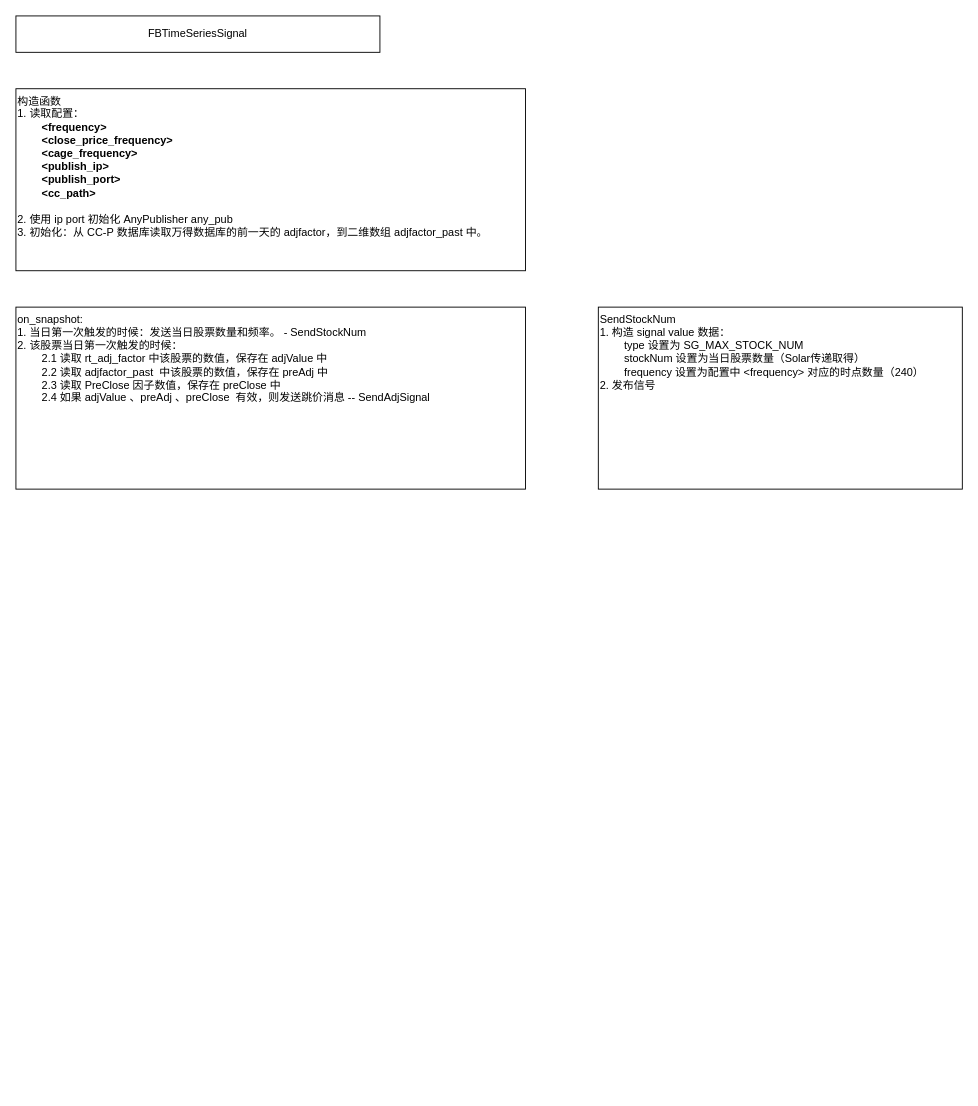
Above: 股票时序.drawio in zhaxd123/drawio (draw.io), before the change. Source tidied: cells renumbered, new cells numbered last; positions are measured from the earlier drawing's top-left corner, leaving out a move shared by most shapes. Both pictures are drawn from the tidied source at 91%, with x=0, y=0 at pixel (15, 15).
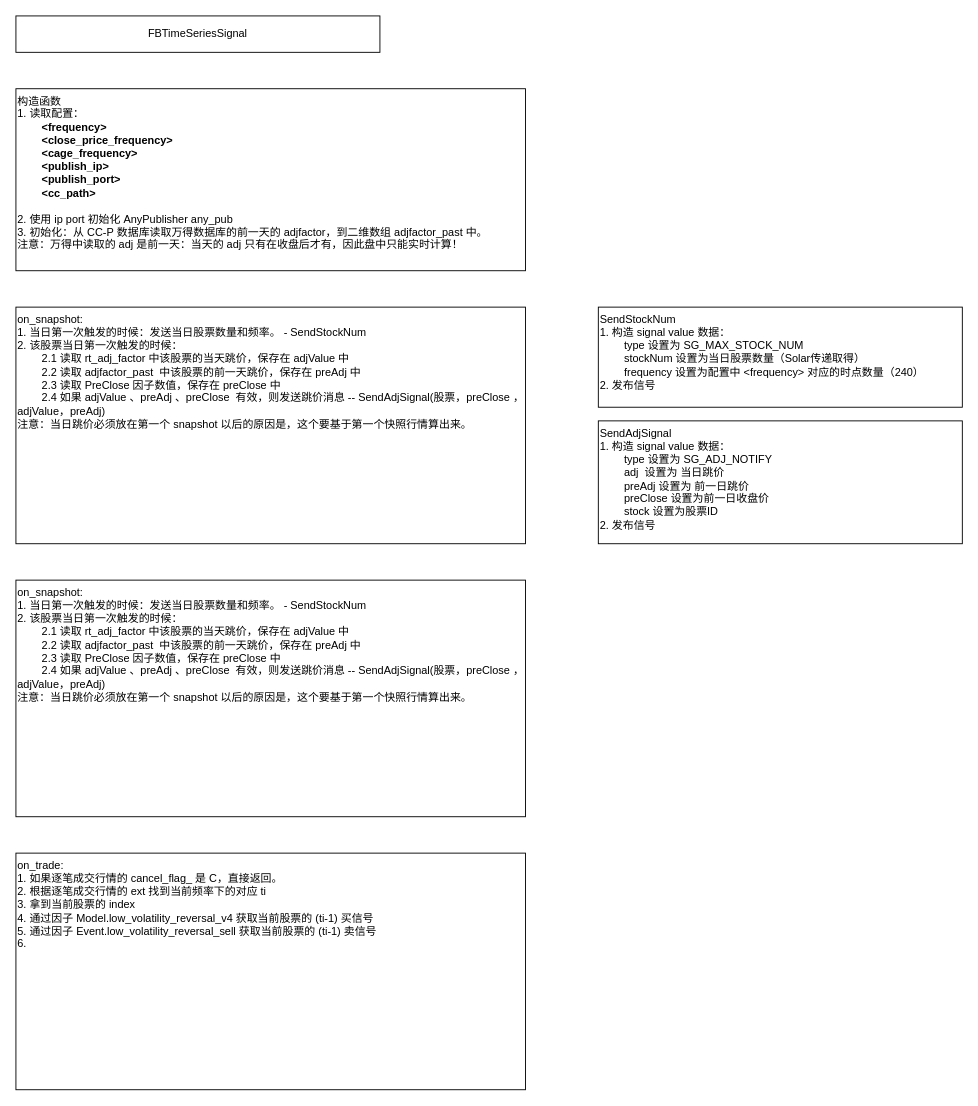
The same diagram, later.

Commit message (it also covers changes not shown here):
更新股票时序.drawio

Diff of the diagram source:
```diff
@@
 <mxGraphModel>
   <root>
     <mxCell id="0" />
     <mxCell id="1" parent="0" />
     <mxCell id="2" value="FBTimeSeriesSignal" style="rounded=0;whiteSpace=wrap;html=1;" parent="1" vertex="1">
       <mxGeometry width="400" height="40" as="geometry" />
     </mxCell>
-    <mxCell id="3" value="构造函数&lt;div&gt;1.&amp;nbsp;读取配置：&lt;/div&gt;&lt;div&gt;&lt;b&gt;&lt;span style=&quot;white-space: pre;&quot;&gt;&#9;&lt;/span&gt;&amp;lt;frequency&amp;gt;&amp;nbsp;&lt;/b&gt;&lt;/div&gt;&lt;div&gt;&lt;b&gt;&lt;span style=&quot;white-space: pre;&quot;&gt;&#9;&lt;/span&gt;&amp;lt;close_price_frequency&amp;gt;&amp;nbsp;&lt;/b&gt;&lt;/div&gt;&lt;div&gt;&lt;b&gt;&lt;span style=&quot;white-space: pre;&quot;&gt;&#9;&lt;/span&gt;&amp;lt;cage_frequency&amp;gt;&lt;br&gt;&lt;/b&gt;&lt;/div&gt;&lt;div&gt;&lt;b&gt;&lt;span style=&quot;white-space: pre;&quot;&gt;&#9;&lt;/span&gt;&amp;lt;publish_ip&amp;gt;&lt;br&gt;&lt;/b&gt;&lt;/div&gt;&lt;div&gt;&lt;b&gt;&lt;span style=&quot;white-space: pre;&quot;&gt;&#9;&lt;/span&gt;&amp;lt;publish_port&amp;gt;&lt;/b&gt;&lt;/div&gt;&lt;div&gt;&lt;b&gt;&lt;span style=&quot;white-space: pre;&quot;&gt;&#9;&lt;/span&gt;&amp;lt;cc_path&amp;gt;&lt;/b&gt;&lt;br&gt;&lt;/div&gt;&lt;div&gt;&lt;br&gt;&lt;/div&gt;&lt;div&gt;2.&amp;nbsp;使用&amp;nbsp;ip&amp;nbsp;port&amp;nbsp;初始化 AnyPublisher any_pub&lt;/div&gt;&lt;div&gt;3.&amp;nbsp;初始化：从 CC-P&amp;nbsp;数据库读取万得数据库的前一天的 adjfactor，到二维数组 adjfactor_past&amp;nbsp;中。&lt;/div&gt;&lt;div&gt;&lt;br&gt;&lt;/div&gt;&lt;div&gt;&lt;br&gt;&lt;/div&gt;" style="rounded=0;whiteSpace=wrap;html=1;align=left;verticalAlign=top;" parent="1" vertex="1">
+    <mxCell id="3" value="构造函数&lt;div&gt;1.&amp;nbsp;读取配置：&lt;/div&gt;&lt;div&gt;&lt;b&gt;&lt;span style=&quot;white-space: pre;&quot;&gt;&#9;&lt;/span&gt;&amp;lt;frequency&amp;gt;&amp;nbsp;&lt;/b&gt;&lt;/div&gt;&lt;div&gt;&lt;b&gt;&lt;span style=&quot;white-space: pre;&quot;&gt;&#9;&lt;/span&gt;&amp;lt;close_price_frequency&amp;gt;&amp;nbsp;&lt;/b&gt;&lt;/div&gt;&lt;div&gt;&lt;b&gt;&lt;span style=&quot;white-space: pre;&quot;&gt;&#9;&lt;/span&gt;&amp;lt;cage_frequency&amp;gt;&lt;br&gt;&lt;/b&gt;&lt;/div&gt;&lt;div&gt;&lt;b&gt;&lt;span style=&quot;white-space: pre;&quot;&gt;&#9;&lt;/span&gt;&amp;lt;publish_ip&amp;gt;&lt;br&gt;&lt;/b&gt;&lt;/div&gt;&lt;div&gt;&lt;b&gt;&lt;span style=&quot;white-space: pre;&quot;&gt;&#9;&lt;/span&gt;&amp;lt;publish_port&amp;gt;&lt;/b&gt;&lt;/div&gt;&lt;div&gt;&lt;b&gt;&lt;span style=&quot;white-space: pre;&quot;&gt;&#9;&lt;/span&gt;&amp;lt;cc_path&amp;gt;&lt;/b&gt;&lt;br&gt;&lt;/div&gt;&lt;div&gt;&lt;br&gt;&lt;/div&gt;&lt;div&gt;2.&amp;nbsp;使用&amp;nbsp;ip&amp;nbsp;port&amp;nbsp;初始化 AnyPublisher any_pub&lt;/div&gt;&lt;div&gt;3.&amp;nbsp;初始化：从 CC-P&amp;nbsp;数据库读取万得数据库的前一天的 adjfactor，到二维数组 adjfactor_past&amp;nbsp;中。&lt;/div&gt;&lt;div&gt;注意：万得中读取的 adj&amp;nbsp;&lt;span style=&quot;background-color: transparent; color: light-dark(rgb(0, 0, 0), rgb(255, 255, 255));&quot;&gt;是前一天：当天的 adj 只有在收盘后才有，因此盘中只能实时计算！&lt;/span&gt;&lt;/div&gt;&lt;div&gt;&lt;br&gt;&lt;/div&gt;&lt;div&gt;&lt;br&gt;&lt;/div&gt;" style="rounded=0;whiteSpace=wrap;html=1;align=left;verticalAlign=top;" parent="1" vertex="1">
       <mxGeometry y="80" width="560" height="200" as="geometry" />
     </mxCell>
-    <mxCell id="4" value="&lt;div&gt;on_snapshot:&lt;/div&gt;&lt;div&gt;1.&amp;nbsp;当日第一次触发的时候：发送当日股票数量和频率。 - SendStockNum&lt;/div&gt;&lt;div&gt;2.&amp;nbsp;&lt;span style=&quot;background-color: transparent; color: light-dark(rgb(0, 0, 0), rgb(255, 255, 255));&quot;&gt;该股票当日第一次触发的时候：&lt;/span&gt;&lt;/div&gt;&lt;div&gt;&lt;span style=&quot;white-space: pre;&quot;&gt;&#9;&lt;/span&gt;2.1&amp;nbsp;读取&amp;nbsp;rt_adj_factor&amp;nbsp;中该股票的数值，保存在&amp;nbsp;adjValue&amp;nbsp;中&lt;br&gt;&lt;/div&gt;&lt;div&gt;&lt;span style=&quot;white-space: pre;&quot;&gt;&#9;&lt;/span&gt;2.2&amp;nbsp;读取&amp;nbsp;&lt;span style=&quot;background-color: transparent; color: light-dark(rgb(0, 0, 0), rgb(255, 255, 255));&quot;&gt;adjfactor_past&amp;nbsp; 中该股票的数值，保存在&amp;nbsp;preAdj&amp;nbsp;中&lt;/span&gt;&lt;br&gt;&lt;/div&gt;&lt;div&gt;&lt;span style=&quot;background-color: transparent; color: light-dark(rgb(0, 0, 0), rgb(255, 255, 255));&quot;&gt;&lt;span style=&quot;white-space: pre;&quot;&gt;&#9;&lt;/span&gt;2.3&amp;nbsp;读取 PreClose&amp;nbsp;因子数值，保存在&amp;nbsp;preClose&amp;nbsp;中&lt;br&gt;&lt;/span&gt;&lt;/div&gt;&lt;div&gt;&lt;span style=&quot;white-space: pre;&quot;&gt;&#9;&lt;/span&gt;2.4&amp;nbsp;如果&amp;nbsp;&lt;span style=&quot;background-color: transparent; color: light-dark(rgb(0, 0, 0), rgb(255, 255, 255));&quot;&gt;adjValue 、&lt;/span&gt;&lt;span style=&quot;background-color: transparent; color: light-dark(rgb(0, 0, 0), rgb(255, 255, 255));&quot;&gt;preAdj 、&lt;/span&gt;&lt;span style=&quot;background-color: transparent; color: light-dark(rgb(0, 0, 0), rgb(255, 255, 255));&quot;&gt;preClose&amp;nbsp; 有效，则发送跳价消息 -- SendAdjSignal&lt;/span&gt;&lt;br&gt;&lt;/div&gt;" style="rounded=0;whiteSpace=wrap;html=1;align=left;verticalAlign=top;" parent="1" vertex="1">
-      <mxGeometry y="320" width="560" height="200" as="geometry" />
+    <mxCell id="4" value="&lt;div&gt;on_snapshot:&lt;/div&gt;&lt;div&gt;1.&amp;nbsp;当日第一次触发的时候：发送当日股票数量和频率。 - SendStockNum&lt;/div&gt;&lt;div&gt;2.&amp;nbsp;&lt;span style=&quot;background-color: transparent; color: light-dark(rgb(0, 0, 0), rgb(255, 255, 255));&quot;&gt;该股票当日第一次触发的时候：&lt;/span&gt;&lt;/div&gt;&lt;div&gt;&lt;span style=&quot;white-space: pre;&quot;&gt;&#9;&lt;/span&gt;2.1&amp;nbsp;读取&amp;nbsp;rt_adj_factor&amp;nbsp;中该股票的当天跳价，保存在&amp;nbsp;adjValue&amp;nbsp;中&lt;br&gt;&lt;/div&gt;&lt;div&gt;&lt;span style=&quot;white-space: pre;&quot;&gt;&#9;&lt;/span&gt;2.2&amp;nbsp;读取&amp;nbsp;&lt;span style=&quot;background-color: transparent; color: light-dark(rgb(0, 0, 0), rgb(255, 255, 255));&quot;&gt;adjfactor_past&amp;nbsp; 中该股票的前一天跳价，保存在&amp;nbsp;preAdj&amp;nbsp;中&lt;/span&gt;&lt;br&gt;&lt;/div&gt;&lt;div&gt;&lt;span style=&quot;background-color: transparent; color: light-dark(rgb(0, 0, 0), rgb(255, 255, 255));&quot;&gt;&lt;span style=&quot;white-space: pre;&quot;&gt;&#9;&lt;/span&gt;2.3&amp;nbsp;读取 PreClose&amp;nbsp;因子数值，保存在&amp;nbsp;preClose&amp;nbsp;中&lt;br&gt;&lt;/span&gt;&lt;/div&gt;&lt;div&gt;&lt;span style=&quot;white-space: pre;&quot;&gt;&#9;&lt;/span&gt;2.4&amp;nbsp;如果&amp;nbsp;&lt;span style=&quot;background-color: transparent; color: light-dark(rgb(0, 0, 0), rgb(255, 255, 255));&quot;&gt;adjValue 、&lt;/span&gt;&lt;span style=&quot;background-color: transparent; color: light-dark(rgb(0, 0, 0), rgb(255, 255, 255));&quot;&gt;preAdj 、&lt;/span&gt;&lt;span style=&quot;background-color: transparent; color: light-dark(rgb(0, 0, 0), rgb(255, 255, 255));&quot;&gt;preClose&amp;nbsp; 有效，则发送跳价消息 -- SendAdjSignal(股票，&lt;/span&gt;preClose&amp;nbsp;&lt;span style=&quot;background-color: transparent; color: light-dark(rgb(0, 0, 0), rgb(255, 255, 255));&quot;&gt;，&lt;/span&gt;&lt;span style=&quot;background-color: transparent; color: light-dark(rgb(0, 0, 0), rgb(255, 255, 255));&quot;&gt;adjValue，&lt;/span&gt;&lt;span style=&quot;background-color: transparent; color: light-dark(rgb(0, 0, 0), rgb(255, 255, 255));&quot;&gt;preAdj&lt;/span&gt;&lt;span style=&quot;background-color: transparent; color: light-dark(rgb(0, 0, 0), rgb(255, 255, 255));&quot;&gt;)&lt;/span&gt;&lt;/div&gt;&lt;div&gt;注意：当日跳价必须放在第一个 snapshot 以后的原因是，这个要基于第一个快照行情算出来。&lt;/div&gt;" style="rounded=0;whiteSpace=wrap;html=1;align=left;verticalAlign=top;" parent="1" vertex="1">
+      <mxGeometry y="320" width="560" height="260" as="geometry" />
     </mxCell>
     <mxCell id="5" value="SendStockNum&lt;div&gt;1. 构造&amp;nbsp;signal&amp;nbsp;value&amp;nbsp;数据：&lt;/div&gt;&lt;div&gt;&lt;span style=&quot;background-color: transparent; color: light-dark(rgb(0, 0, 0), rgb(255, 255, 255));&quot;&gt;&lt;span style=&quot;white-space: pre;&quot;&gt;&#9;&lt;/span&gt;type&amp;nbsp;设置为 SG_MAX_STOCK_NUM&lt;/span&gt;&lt;/div&gt;&lt;div&gt;&lt;span style=&quot;background-color: transparent; color: light-dark(rgb(0, 0, 0), rgb(255, 255, 255));&quot;&gt;&lt;span style=&quot;white-space: pre;&quot;&gt;&#9;&lt;/span&gt;stockNum&amp;nbsp;设置为当日股票数量（Solar传递取得）&lt;br&gt;&lt;/span&gt;&lt;/div&gt;&lt;div&gt;&lt;span style=&quot;background-color: transparent; color: light-dark(rgb(0, 0, 0), rgb(255, 255, 255));&quot;&gt;&lt;span style=&quot;white-space: pre;&quot;&gt;&#9;&lt;/span&gt;frequency 设置为配置中 &amp;lt;&lt;/span&gt;&lt;span style=&quot;background-color: transparent; color: light-dark(rgb(0, 0, 0), rgb(255, 255, 255));&quot;&gt;frequency&lt;/span&gt;&lt;span style=&quot;background-color: transparent; color: light-dark(rgb(0, 0, 0), rgb(255, 255, 255));&quot;&gt;&amp;gt;&amp;nbsp;对应的时点数量（240）&lt;/span&gt;&lt;/div&gt;&lt;div&gt;&lt;span style=&quot;background-color: transparent; color: light-dark(rgb(0, 0, 0), rgb(255, 255, 255));&quot;&gt;2.&amp;nbsp;发布信号&lt;/span&gt;&lt;/div&gt;" style="rounded=0;whiteSpace=wrap;html=1;align=left;verticalAlign=top;" parent="1" vertex="1">
-      <mxGeometry x="640" y="320" width="400" height="200" as="geometry" />
+      <mxGeometry x="640" y="320" width="400" height="110" as="geometry" />
     </mxCell>
+    <mxCell id="6" value="SendAdjSignal&lt;br&gt;&lt;div&gt;1. 构造&amp;nbsp;signal&amp;nbsp;value&amp;nbsp;数据：&lt;/div&gt;&lt;div&gt;&lt;span style=&quot;white-space: pre;&quot;&gt;&#9;&lt;/span&gt;type&amp;nbsp;设置为 SG_ADJ_NOTIFY&lt;br&gt;&lt;/div&gt;&lt;div&gt;&lt;span style=&quot;white-space: pre;&quot;&gt;&#9;&lt;/span&gt;adj&amp;nbsp; 设置为&amp;nbsp;当日跳价&lt;/div&gt;&lt;div&gt;&lt;span style=&quot;white-space: pre;&quot;&gt;&#9;&lt;/span&gt;preAdj 设置为&amp;nbsp;前一日跳价&lt;br&gt;&lt;/div&gt;&lt;div&gt;&lt;span style=&quot;white-space: pre;&quot;&gt;&#9;&lt;/span&gt;preClose 设置为前一日收盘价&lt;br&gt;&lt;/div&gt;&lt;div&gt;&lt;span style=&quot;white-space: pre;&quot;&gt;&#9;&lt;/span&gt;stock 设置为股票ID&lt;br&gt;&lt;/div&gt;&lt;div&gt;2.&amp;nbsp;发布信号&lt;/div&gt;" style="rounded=0;whiteSpace=wrap;html=1;align=left;verticalAlign=top;" parent="1" vertex="1">
+      <mxGeometry x="640" y="445" width="400" height="135" as="geometry" />
+    </mxCell>
+    <mxCell id="7" value="&lt;div&gt;on_snapshot:&lt;/div&gt;&lt;div&gt;1.&amp;nbsp;当日第一次触发的时候：发送当日股票数量和频率。 - SendStockNum&lt;/div&gt;&lt;div&gt;2.&amp;nbsp;&lt;span style=&quot;background-color: transparent; color: light-dark(rgb(0, 0, 0), rgb(255, 255, 255));&quot;&gt;该股票当日第一次触发的时候：&lt;/span&gt;&lt;/div&gt;&lt;div&gt;&lt;span style=&quot;white-space: pre;&quot;&gt;&#9;&lt;/span&gt;2.1&amp;nbsp;读取&amp;nbsp;rt_adj_factor&amp;nbsp;中该股票的当天跳价，保存在&amp;nbsp;adjValue&amp;nbsp;中&lt;br&gt;&lt;/div&gt;&lt;div&gt;&lt;span style=&quot;white-space: pre;&quot;&gt;&#9;&lt;/span&gt;2.2&amp;nbsp;读取&amp;nbsp;&lt;span style=&quot;background-color: transparent; color: light-dark(rgb(0, 0, 0), rgb(255, 255, 255));&quot;&gt;adjfactor_past&amp;nbsp; 中该股票的前一天跳价，保存在&amp;nbsp;preAdj&amp;nbsp;中&lt;/span&gt;&lt;br&gt;&lt;/div&gt;&lt;div&gt;&lt;span style=&quot;background-color: transparent; color: light-dark(rgb(0, 0, 0), rgb(255, 255, 255));&quot;&gt;&lt;span style=&quot;white-space: pre;&quot;&gt;&#9;&lt;/span&gt;2.3&amp;nbsp;读取 PreClose&amp;nbsp;因子数值，保存在&amp;nbsp;preClose&amp;nbsp;中&lt;br&gt;&lt;/span&gt;&lt;/div&gt;&lt;div&gt;&lt;span style=&quot;white-space: pre;&quot;&gt;&#9;&lt;/span&gt;2.4&amp;nbsp;如果&amp;nbsp;&lt;span style=&quot;background-color: transparent; color: light-dark(rgb(0, 0, 0), rgb(255, 255, 255));&quot;&gt;adjValue 、&lt;/span&gt;&lt;span style=&quot;background-color: transparent; color: light-dark(rgb(0, 0, 0), rgb(255, 255, 255));&quot;&gt;preAdj 、&lt;/span&gt;&lt;span style=&quot;background-color: transparent; color: light-dark(rgb(0, 0, 0), rgb(255, 255, 255));&quot;&gt;preClose&amp;nbsp; 有效，则发送跳价消息 -- SendAdjSignal(股票，&lt;/span&gt;preClose&amp;nbsp;&lt;span style=&quot;background-color: transparent; color: light-dark(rgb(0, 0, 0), rgb(255, 255, 255));&quot;&gt;，&lt;/span&gt;&lt;span style=&quot;background-color: transparent; color: light-dark(rgb(0, 0, 0), rgb(255, 255, 255));&quot;&gt;adjValue，&lt;/span&gt;&lt;span style=&quot;background-color: transparent; color: light-dark(rgb(0, 0, 0), rgb(255, 255, 255));&quot;&gt;preAdj&lt;/span&gt;&lt;span style=&quot;background-color: transparent; color: light-dark(rgb(0, 0, 0), rgb(255, 255, 255));&quot;&gt;)&lt;/span&gt;&lt;/div&gt;&lt;div&gt;注意：当日跳价必须放在第一个 snapshot 以后的原因是，这个要基于第一个快照行情算出来。&lt;/div&gt;" style="rounded=0;whiteSpace=wrap;html=1;align=left;verticalAlign=top;" parent="1" vertex="1">
+      <mxGeometry y="620" width="560" height="260" as="geometry" />
+    </mxCell>
+    <mxCell id="8" value="&lt;div&gt;on_trade:&lt;/div&gt;&lt;div&gt;1.&amp;nbsp;如果逐笔成交行情的 cancel_flag_ 是 C，直接返回。&lt;br&gt;&lt;/div&gt;&lt;div&gt;2.&amp;nbsp;根据逐笔成交行情的&amp;nbsp;ext&amp;nbsp;找到当前频率下的对应&amp;nbsp;ti&lt;/div&gt;&lt;div&gt;3.&amp;nbsp;拿到当前股票的&amp;nbsp;index&lt;/div&gt;&lt;div&gt;4.&amp;nbsp;通过因子 Model.low_volatility_reversal_v4&amp;nbsp;获取当前股票的 (ti-1) 买信号&lt;/div&gt;&lt;div&gt;5.&amp;nbsp;通过因子 Event.&lt;span style=&quot;background-color: transparent; color: light-dark(rgb(0, 0, 0), rgb(255, 255, 255));&quot;&gt;low_volatility_reversal_sell&amp;nbsp;获取当前股票的 (ti-1) 卖信号&lt;/span&gt;&lt;/div&gt;&lt;div&gt;&lt;span style=&quot;background-color: transparent; color: light-dark(rgb(0, 0, 0), rgb(255, 255, 255));&quot;&gt;6.&amp;nbsp;&lt;/span&gt;&lt;/div&gt;&lt;div&gt;&lt;br&gt;&lt;/div&gt;" style="rounded=0;whiteSpace=wrap;html=1;align=left;verticalAlign=top;" parent="1" vertex="1">
+      <mxGeometry y="920" width="560" height="260" as="geometry" />
+    </mxCell>
   </root>
 </mxGraphModel>
```
